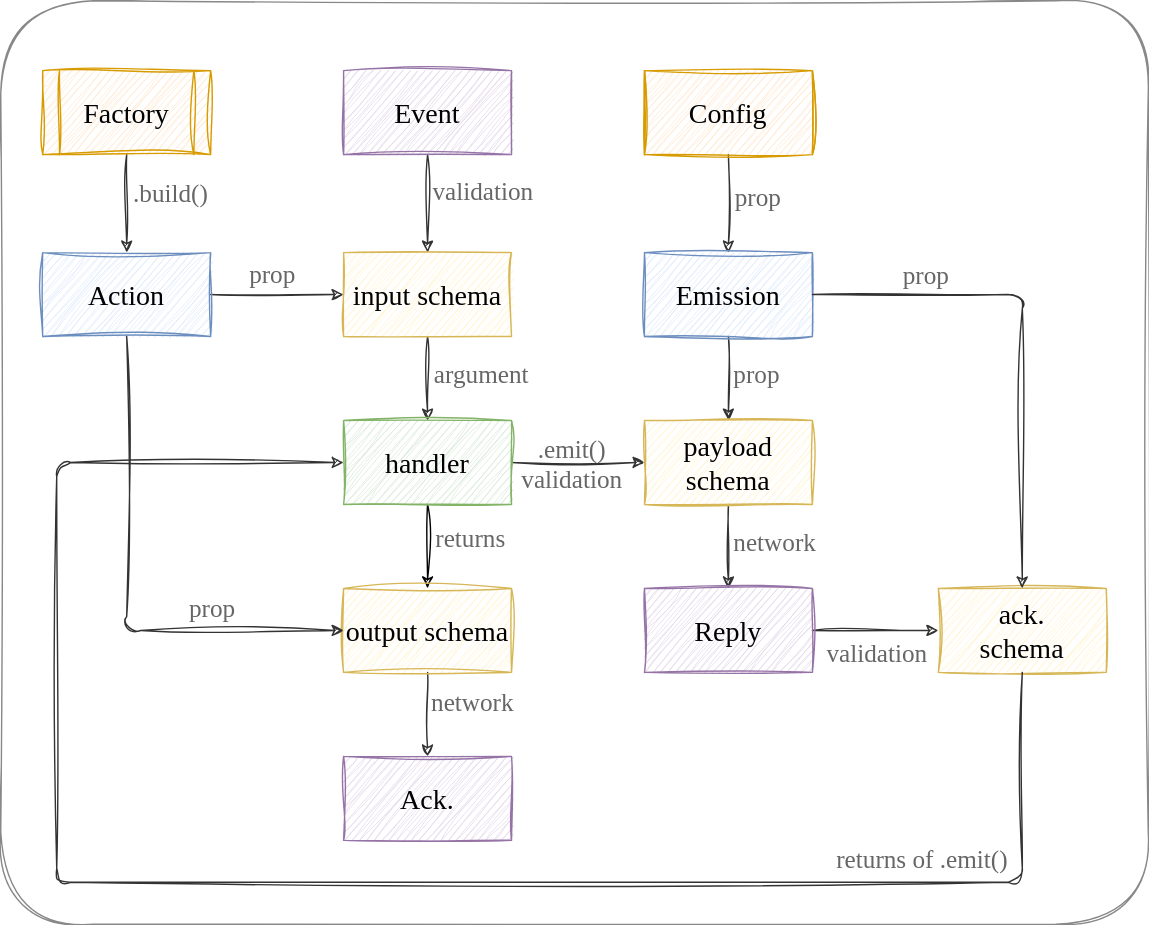
Above: flow.svg in RobinTail/zod-sockets (draw.io), before the change. Source tidied: cells renumbered, new cells last; positions are measured from the earlier drawing's top-left corner, leaving out a move shared by most shapes.
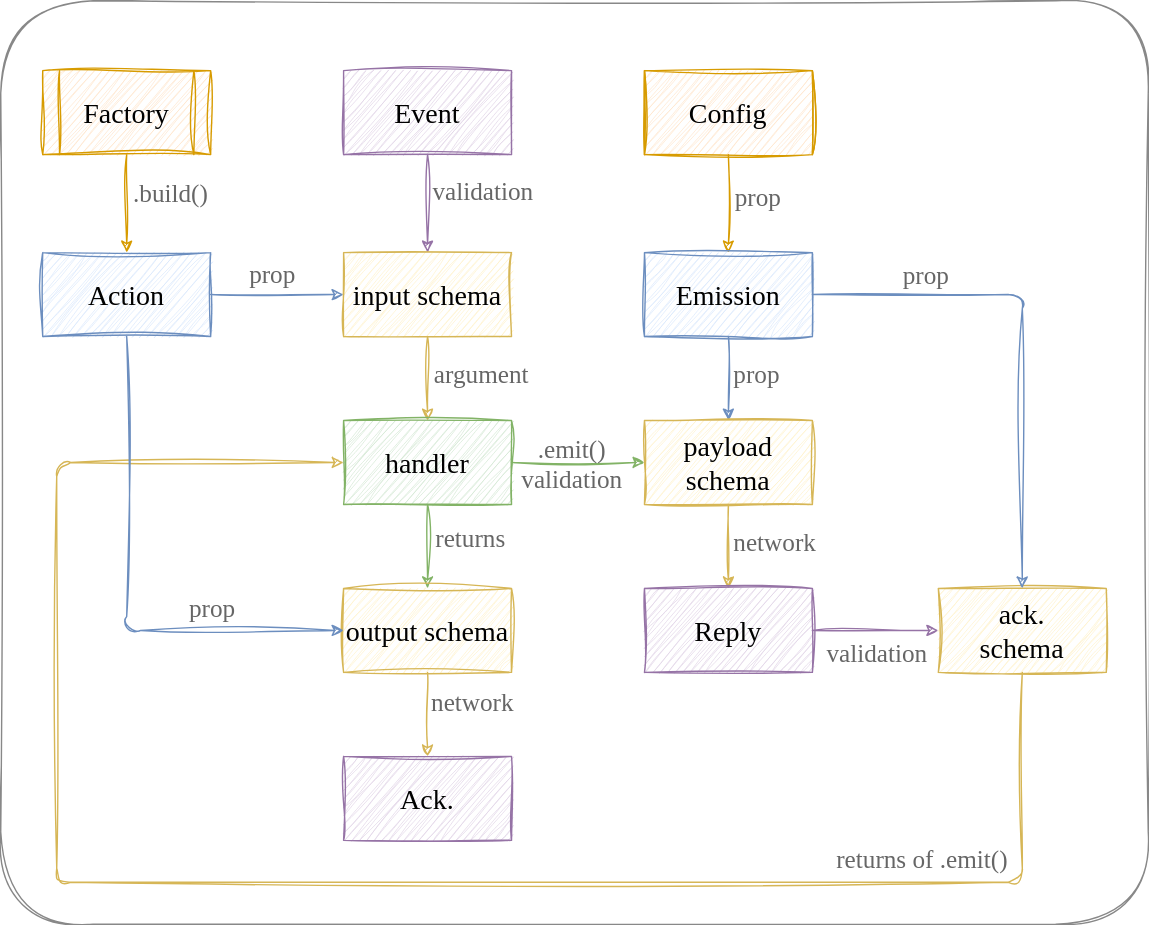
After the commit.

Commit message:
colorizing the flow lines

Diff of the diagram source:
```diff
@@ -5,7 +5,7 @@
     <mxCell id="2" style="rounded=1;whiteSpace=wrap;html=1;sketch=1;hachureGap=4;jiggle=2;curveFitting=1;fontFamily=Architects Daughter;fontSource=https%3A%2F%2Ffonts.googleapis.com%2Fcss%3Ffamily%3DArchitects%2BDaughter;fontSize=20;arcSize=10;strokeColor=#888888;" parent="1" vertex="1">
       <mxGeometry width="820" height="660" as="geometry" />
     </mxCell>
-    <mxCell id="3" style="edgeStyle=orthogonalEdgeStyle;rounded=0;sketch=1;hachureGap=4;jiggle=2;curveFitting=1;jettySize=auto;html=1;fontFamily=Architects Daughter;fontSource=https%3A%2F%2Ffonts.googleapis.com%2Fcss%3Ffamily%3DArchitects%2BDaughter;fontSize=16;strokeColor=#333333;" parent="1" edge="1" source="5" target="14">
+    <mxCell id="3" style="edgeStyle=orthogonalEdgeStyle;rounded=0;sketch=1;hachureGap=4;jiggle=2;curveFitting=1;jettySize=auto;html=1;fontFamily=Architects Daughter;fontSource=https%3A%2F%2Ffonts.googleapis.com%2Fcss%3Ffamily%3DArchitects%2BDaughter;fontSize=16;strokeColor=#9673a6;fillColor=#e1d5e7;" parent="1" edge="1" source="5" target="14">
       <mxGeometry relative="1" as="geometry" />
     </mxCell>
     <mxCell id="4" value="validation" style="edgeLabel;html=1;align=left;verticalAlign=middle;fontSize=18;fontFamily=Architects Daughter;labelBackgroundColor=none;spacingLeft=2;fontColor=#666666;" parent="3" vertex="1">
@@ -14,7 +14,7 @@
     <mxCell id="5" value="Event" style="rounded=0;whiteSpace=wrap;html=1;sketch=1;hachureGap=4;jiggle=2;curveFitting=1;fontFamily=Architects Daughter;fontSource=https%3A%2F%2Ffonts.googleapis.com%2Fcss%3Ffamily%3DArchitects%2BDaughter;fontSize=20;fillColor=#e1d5e7;strokeColor=#9673a6;" parent="1" vertex="1">
       <mxGeometry x="245" y="50" width="120" height="60" as="geometry" />
     </mxCell>
-    <mxCell id="6" style="edgeStyle=orthogonalEdgeStyle;rounded=0;sketch=1;hachureGap=4;jiggle=2;curveFitting=1;jettySize=auto;html=1;fontFamily=Architects Daughter;fontSource=https%3A%2F%2Ffonts.googleapis.com%2Fcss%3Ffamily%3DArchitects%2BDaughter;fontSize=16;strokeColor=#333333;" parent="1" edge="1" source="8" target="11">
+    <mxCell id="6" style="edgeStyle=orthogonalEdgeStyle;rounded=0;sketch=1;hachureGap=4;jiggle=2;curveFitting=1;jettySize=auto;html=1;fontFamily=Architects Daughter;fontSource=https%3A%2F%2Ffonts.googleapis.com%2Fcss%3Ffamily%3DArchitects%2BDaughter;fontSize=16;strokeColor=#d79b00;fillColor=#ffe6cc;" parent="1" edge="1" source="8" target="11">
       <mxGeometry relative="1" as="geometry" />
     </mxCell>
     <mxCell id="7" value=".build()" style="edgeLabel;html=1;align=left;verticalAlign=middle;fontSize=18;fontFamily=Architects Daughter;labelBackgroundColor=none;fontColor=#666666;" parent="6" vertex="1">
@@ -23,7 +23,7 @@
     <mxCell id="8" value="Factory" style="shape=process;whiteSpace=wrap;html=1;backgroundOutline=1;sketch=1;hachureGap=4;jiggle=2;curveFitting=1;fontFamily=Architects Daughter;fontSource=https%3A%2F%2Ffonts.googleapis.com%2Fcss%3Ffamily%3DArchitects%2BDaughter;fontSize=20;fillColor=#ffe6cc;strokeColor=#d79b00;" parent="1" vertex="1">
       <mxGeometry x="30" y="50" width="120" height="60" as="geometry" />
     </mxCell>
-    <mxCell id="9" style="edgeStyle=orthogonalEdgeStyle;rounded=0;sketch=1;hachureGap=4;jiggle=2;curveFitting=1;jettySize=auto;html=1;fontFamily=Architects Daughter;fontSource=https%3A%2F%2Ffonts.googleapis.com%2Fcss%3Ffamily%3DArchitects%2BDaughter;fontSize=16;strokeColor=#333333;" parent="1" edge="1" source="11" target="14">
+    <mxCell id="9" style="edgeStyle=orthogonalEdgeStyle;rounded=0;sketch=1;hachureGap=4;jiggle=2;curveFitting=1;jettySize=auto;html=1;fontFamily=Architects Daughter;fontSource=https%3A%2F%2Ffonts.googleapis.com%2Fcss%3Ffamily%3DArchitects%2BDaughter;fontSize=16;strokeColor=#6c8ebf;fillColor=#dae8fc;" parent="1" edge="1" source="11" target="14">
       <mxGeometry relative="1" as="geometry" />
     </mxCell>
     <mxCell id="10" value="prop" style="edgeLabel;html=1;align=center;verticalAlign=bottom;fontSize=18;fontFamily=Architects Daughter;labelBackgroundColor=none;fontColor=#666666;" parent="9" vertex="1">
@@ -32,7 +32,7 @@
     <mxCell id="11" value="Action" style="rounded=0;whiteSpace=wrap;html=1;sketch=1;hachureGap=4;jiggle=2;curveFitting=1;fontFamily=Architects Daughter;fontSource=https%3A%2F%2Ffonts.googleapis.com%2Fcss%3Ffamily%3DArchitects%2BDaughter;fontSize=20;fillColor=#dae8fc;strokeColor=#6c8ebf;" parent="1" vertex="1">
       <mxGeometry x="30" y="180" width="120" height="60" as="geometry" />
     </mxCell>
-    <mxCell id="12" style="edgeStyle=orthogonalEdgeStyle;rounded=0;sketch=1;hachureGap=4;jiggle=2;curveFitting=1;jettySize=auto;html=1;fontFamily=Architects Daughter;fontSource=https%3A%2F%2Ffonts.googleapis.com%2Fcss%3Ffamily%3DArchitects%2BDaughter;fontSize=16;strokeColor=#333333;" parent="1" edge="1" source="14" target="19">
+    <mxCell id="12" style="edgeStyle=orthogonalEdgeStyle;rounded=0;sketch=1;hachureGap=4;jiggle=2;curveFitting=1;jettySize=auto;html=1;fontFamily=Architects Daughter;fontSource=https%3A%2F%2Ffonts.googleapis.com%2Fcss%3Ffamily%3DArchitects%2BDaughter;fontSize=16;strokeColor=#d6b656;fillColor=#fff2cc;" parent="1" edge="1" source="14" target="19">
       <mxGeometry relative="1" as="geometry" />
     </mxCell>
     <mxCell id="13" value="argument" style="edgeLabel;html=1;align=left;verticalAlign=middle;fontSize=18;fontFamily=Architects Daughter;labelBackgroundColor=none;spacingRight=3;fontColor=#666666;spacingLeft=6;" parent="12" vertex="1">
@@ -41,13 +41,13 @@
     <mxCell id="14" value="input schema" style="rounded=0;whiteSpace=wrap;html=1;sketch=1;hachureGap=4;jiggle=2;curveFitting=1;fontFamily=Architects Daughter;fontSource=https%3A%2F%2Ffonts.googleapis.com%2Fcss%3Ffamily%3DArchitects%2BDaughter;fontSize=20;fillColor=#fff2cc;strokeColor=#d6b656;" parent="1" vertex="1">
       <mxGeometry x="245" y="180" width="120" height="60" as="geometry" />
     </mxCell>
-    <mxCell id="15" style="edgeStyle=orthogonalEdgeStyle;rounded=0;sketch=1;hachureGap=4;jiggle=2;curveFitting=1;jettySize=auto;html=1;fontFamily=Architects Daughter;fontSource=https%3A%2F%2Ffonts.googleapis.com%2Fcss%3Ffamily%3DArchitects%2BDaughter;fontSize=16;strokeColor=#333333;" parent="1" edge="1" source="19" target="32">
+    <mxCell id="15" style="edgeStyle=orthogonalEdgeStyle;rounded=0;sketch=1;hachureGap=4;jiggle=2;curveFitting=1;jettySize=auto;html=1;fontFamily=Architects Daughter;fontSource=https%3A%2F%2Ffonts.googleapis.com%2Fcss%3Ffamily%3DArchitects%2BDaughter;fontSize=16;strokeColor=#82b366;fillColor=#d5e8d4;" parent="1" edge="1" source="19" target="32">
       <mxGeometry relative="1" as="geometry" />
     </mxCell>
     <mxCell id="16" value=".emit()&lt;br&gt;validation" style="edgeLabel;html=1;align=center;verticalAlign=middle;fontSize=18;fontFamily=Architects Daughter;labelBackgroundColor=none;fontColor=#666666;" parent="15" vertex="1">
       <mxGeometry x="-0.11" y="-1" relative="1" as="geometry" />
     </mxCell>
-    <mxCell id="17" style="edgeStyle=orthogonalEdgeStyle;rounded=0;sketch=1;hachureGap=4;jiggle=2;curveFitting=1;jettySize=auto;html=1;fontFamily=Architects Daughter;fontSource=https%3A%2F%2Ffonts.googleapis.com%2Fcss%3Ffamily%3DArchitects%2BDaughter;fontSize=16;" parent="1" edge="1" source="19" target="22">
+    <mxCell id="17" style="edgeStyle=orthogonalEdgeStyle;rounded=0;sketch=1;hachureGap=4;jiggle=2;curveFitting=1;jettySize=auto;html=1;fontFamily=Architects Daughter;fontSource=https%3A%2F%2Ffonts.googleapis.com%2Fcss%3Ffamily%3DArchitects%2BDaughter;fontSize=16;fillColor=#d5e8d4;strokeColor=#82b366;" parent="1" edge="1" source="19" target="22">
       <mxGeometry relative="1" as="geometry" />
     </mxCell>
     <mxCell id="18" value="returns" style="edgeLabel;html=1;align=left;verticalAlign=middle;fontSize=18;fontFamily=Architects Daughter;spacingRight=3;fontColor=#666666;spacingLeft=2;" parent="17" vertex="1">
@@ -56,7 +56,7 @@
     <mxCell id="19" value="handler" style="rounded=0;whiteSpace=wrap;html=1;sketch=1;hachureGap=4;jiggle=2;curveFitting=1;fontFamily=Architects Daughter;fontSource=https%3A%2F%2Ffonts.googleapis.com%2Fcss%3Ffamily%3DArchitects%2BDaughter;fontSize=20;fillColor=#d5e8d4;strokeColor=#82b366;" parent="1" vertex="1">
       <mxGeometry x="245" y="300" width="120" height="60" as="geometry" />
     </mxCell>
-    <mxCell id="20" style="edgeStyle=orthogonalEdgeStyle;rounded=0;sketch=1;hachureGap=4;jiggle=2;curveFitting=1;jettySize=auto;html=1;fontFamily=Architects Daughter;fontSource=https%3A%2F%2Ffonts.googleapis.com%2Fcss%3Ffamily%3DArchitects%2BDaughter;fontSize=16;strokeColor=#333333;" parent="1" edge="1" source="22" target="23">
+    <mxCell id="20" style="edgeStyle=orthogonalEdgeStyle;rounded=0;sketch=1;hachureGap=4;jiggle=2;curveFitting=1;jettySize=auto;html=1;fontFamily=Architects Daughter;fontSource=https%3A%2F%2Ffonts.googleapis.com%2Fcss%3Ffamily%3DArchitects%2BDaughter;fontSize=16;strokeColor=#d6b656;fillColor=#fff2cc;" parent="1" edge="1" source="22" target="23">
       <mxGeometry relative="1" as="geometry" />
     </mxCell>
     <mxCell id="21" value="network" style="edgeLabel;html=1;align=left;verticalAlign=middle;fontSize=18;fontFamily=Architects Daughter;labelBackgroundColor=none;fontColor=#666666;" parent="20" vertex="1">
@@ -68,7 +68,7 @@
     <mxCell id="23" value="Ack." style="rounded=0;whiteSpace=wrap;html=1;sketch=1;hachureGap=4;jiggle=2;curveFitting=1;fontFamily=Architects Daughter;fontSource=https%3A%2F%2Ffonts.googleapis.com%2Fcss%3Ffamily%3DArchitects%2BDaughter;fontSize=20;fillColor=#e1d5e7;strokeColor=#9673a6;" parent="1" vertex="1">
       <mxGeometry x="245" y="540" width="120" height="60" as="geometry" />
     </mxCell>
-    <mxCell id="24" style="edgeStyle=orthogonalEdgeStyle;rounded=0;sketch=1;hachureGap=4;jiggle=2;curveFitting=1;jettySize=auto;html=1;fontFamily=Architects Daughter;fontSource=https%3A%2F%2Ffonts.googleapis.com%2Fcss%3Ffamily%3DArchitects%2BDaughter;fontSize=16;strokeColor=#333333;" parent="1" edge="1" source="26" target="29">
+    <mxCell id="24" style="edgeStyle=orthogonalEdgeStyle;rounded=0;sketch=1;hachureGap=4;jiggle=2;curveFitting=1;jettySize=auto;html=1;fontFamily=Architects Daughter;fontSource=https%3A%2F%2Ffonts.googleapis.com%2Fcss%3Ffamily%3DArchitects%2BDaughter;fontSize=16;strokeColor=#d79b00;fillColor=#ffe6cc;" parent="1" edge="1" source="26" target="29">
       <mxGeometry relative="1" as="geometry" />
     </mxCell>
     <mxCell id="25" value="prop" style="edgeLabel;html=1;align=left;verticalAlign=middle;fontSize=18;fontFamily=Architects Daughter;labelBackgroundColor=none;spacingLeft=3;fontColor=#666666;" parent="24" vertex="1">
@@ -79,7 +79,7 @@
     <mxCell id="26" value="Config" style="shape=process;whiteSpace=wrap;html=1;backgroundOutline=1;sketch=1;hachureGap=4;jiggle=2;curveFitting=1;fontFamily=Architects Daughter;fontSource=https%3A%2F%2Ffonts.googleapis.com%2Fcss%3Ffamily%3DArchitects%2BDaughter;fontSize=20;fillColor=#ffe6cc;strokeColor=#d79b00;size=0;" parent="1" vertex="1">
       <mxGeometry x="460" y="50" width="120" height="60" as="geometry" />
     </mxCell>
-    <mxCell id="27" style="edgeStyle=orthogonalEdgeStyle;rounded=0;sketch=1;hachureGap=4;jiggle=2;curveFitting=1;jettySize=auto;html=1;fontFamily=Architects Daughter;fontSource=https%3A%2F%2Ffonts.googleapis.com%2Fcss%3Ffamily%3DArchitects%2BDaughter;fontSize=16;strokeColor=#333333;" parent="1" edge="1" source="29" target="32">
+    <mxCell id="27" style="edgeStyle=orthogonalEdgeStyle;rounded=0;sketch=1;hachureGap=4;jiggle=2;curveFitting=1;jettySize=auto;html=1;fontFamily=Architects Daughter;fontSource=https%3A%2F%2Ffonts.googleapis.com%2Fcss%3Ffamily%3DArchitects%2BDaughter;fontSize=16;strokeColor=#6c8ebf;fillColor=#dae8fc;" parent="1" edge="1" source="29" target="32">
       <mxGeometry relative="1" as="geometry" />
     </mxCell>
     <mxCell id="28" value="prop" style="edgeLabel;html=1;align=left;verticalAlign=middle;fontSize=18;fontFamily=Architects Daughter;spacingRight=3;labelBackgroundColor=none;fontColor=#666666;spacingLeft=2;" parent="27" vertex="1">
@@ -88,7 +88,7 @@
     <mxCell id="29" value="Emission" style="rounded=0;whiteSpace=wrap;html=1;sketch=1;hachureGap=4;jiggle=2;curveFitting=1;fontFamily=Architects Daughter;fontSource=https%3A%2F%2Ffonts.googleapis.com%2Fcss%3Ffamily%3DArchitects%2BDaughter;fontSize=20;fillColor=#dae8fc;strokeColor=#6c8ebf;" parent="1" vertex="1">
       <mxGeometry x="460" y="180" width="120" height="60" as="geometry" />
     </mxCell>
-    <mxCell id="30" style="edgeStyle=orthogonalEdgeStyle;rounded=0;sketch=1;hachureGap=4;jiggle=2;curveFitting=1;jettySize=auto;html=1;fontFamily=Architects Daughter;fontSource=https%3A%2F%2Ffonts.googleapis.com%2Fcss%3Ffamily%3DArchitects%2BDaughter;fontSize=16;strokeColor=#333333;" parent="1" edge="1" source="32" target="42">
+    <mxCell id="30" style="edgeStyle=orthogonalEdgeStyle;rounded=0;sketch=1;hachureGap=4;jiggle=2;curveFitting=1;jettySize=auto;html=1;fontFamily=Architects Daughter;fontSource=https%3A%2F%2Ffonts.googleapis.com%2Fcss%3Ffamily%3DArchitects%2BDaughter;fontSize=16;strokeColor=#d6b656;fillColor=#fff2cc;" parent="1" edge="1" source="32" target="42">
       <mxGeometry relative="1" as="geometry" />
     </mxCell>
     <mxCell id="31" value="network" style="edgeLabel;html=1;align=left;verticalAlign=middle;fontSize=18;fontFamily=Architects Daughter;labelBackgroundColor=none;fontColor=#666666;spacingLeft=2;" parent="30" vertex="1">
@@ -100,7 +100,7 @@
     <mxCell id="33" value="ack.&lt;br&gt;schema" style="rounded=0;whiteSpace=wrap;html=1;sketch=1;hachureGap=4;jiggle=2;curveFitting=1;fontFamily=Architects Daughter;fontSource=https%3A%2F%2Ffonts.googleapis.com%2Fcss%3Ffamily%3DArchitects%2BDaughter;fontSize=20;fillColor=#fff2cc;strokeColor=#d6b656;" parent="1" vertex="1">
       <mxGeometry x="670" y="420" width="120" height="60" as="geometry" />
     </mxCell>
-    <mxCell id="34" style="edgeStyle=orthogonalEdgeStyle;rounded=1;sketch=1;hachureGap=4;jiggle=2;curveFitting=1;jettySize=auto;html=1;fontFamily=Architects Daughter;fontSource=https%3A%2F%2Ffonts.googleapis.com%2Fcss%3Ffamily%3DArchitects%2BDaughter;fontSize=16;exitX=0.5;exitY=1;exitDx=0;exitDy=0;entryX=0;entryY=0.5;entryDx=0;entryDy=0;curved=0;strokeColor=#333333;" parent="1" edge="1" source="33" target="19">
+    <mxCell id="34" style="edgeStyle=orthogonalEdgeStyle;rounded=1;sketch=1;hachureGap=4;jiggle=2;curveFitting=1;jettySize=auto;html=1;fontFamily=Architects Daughter;fontSource=https%3A%2F%2Ffonts.googleapis.com%2Fcss%3Ffamily%3DArchitects%2BDaughter;fontSize=16;exitX=0.5;exitY=1;exitDx=0;exitDy=0;entryX=0;entryY=0.5;entryDx=0;entryDy=0;curved=0;strokeColor=#d6b656;fillColor=#fff2cc;" parent="1" edge="1" source="33" target="19">
       <mxGeometry relative="1" as="geometry">
         <Array as="points">
           <mxPoint x="730" y="630" />
@@ -114,7 +114,7 @@
         <mxPoint x="165" as="offset" />
       </mxGeometry>
     </mxCell>
-    <mxCell id="36" style="edgeStyle=orthogonalEdgeStyle;rounded=1;sketch=1;hachureGap=4;jiggle=2;curveFitting=1;jettySize=auto;html=1;fontFamily=Architects Daughter;fontSource=https%3A%2F%2Ffonts.googleapis.com%2Fcss%3Ffamily%3DArchitects%2BDaughter;fontSize=16;exitX=0.5;exitY=1;exitDx=0;exitDy=0;entryX=0;entryY=0.5;entryDx=0;entryDy=0;noJump=0;curved=0;strokeColor=#333333;" parent="1" edge="1" source="11" target="22">
+    <mxCell id="36" style="edgeStyle=orthogonalEdgeStyle;rounded=1;sketch=1;hachureGap=4;jiggle=2;curveFitting=1;jettySize=auto;html=1;fontFamily=Architects Daughter;fontSource=https%3A%2F%2Ffonts.googleapis.com%2Fcss%3Ffamily%3DArchitects%2BDaughter;fontSize=16;exitX=0.5;exitY=1;exitDx=0;exitDy=0;entryX=0;entryY=0.5;entryDx=0;entryDy=0;noJump=0;curved=0;strokeColor=#6c8ebf;fillColor=#dae8fc;" parent="1" edge="1" source="11" target="22">
       <mxGeometry relative="1" as="geometry" />
     </mxCell>
     <mxCell id="37" value="prop" style="edgeLabel;html=1;align=center;verticalAlign=bottom;fontSize=18;fontFamily=Architects Daughter;labelBackgroundColor=none;fontColor=#666666;spacingBottom=2;" parent="36" vertex="1">
@@ -122,7 +122,7 @@
         <mxPoint x="-36" as="offset" />
       </mxGeometry>
     </mxCell>
-    <mxCell id="38" style="edgeStyle=orthogonalEdgeStyle;rounded=1;sketch=1;hachureGap=4;jiggle=2;curveFitting=1;jettySize=auto;html=1;fontFamily=Architects Daughter;fontSource=https%3A%2F%2Ffonts.googleapis.com%2Fcss%3Ffamily%3DArchitects%2BDaughter;fontSize=16;exitX=1;exitY=0.5;exitDx=0;exitDy=0;entryX=0.5;entryY=0;entryDx=0;entryDy=0;curved=0;strokeColor=#333333;" parent="1" edge="1" source="29" target="33">
+    <mxCell id="38" style="edgeStyle=orthogonalEdgeStyle;rounded=1;sketch=1;hachureGap=4;jiggle=2;curveFitting=1;jettySize=auto;html=1;fontFamily=Architects Daughter;fontSource=https%3A%2F%2Ffonts.googleapis.com%2Fcss%3Ffamily%3DArchitects%2BDaughter;fontSize=16;exitX=1;exitY=0.5;exitDx=0;exitDy=0;entryX=0.5;entryY=0;entryDx=0;entryDy=0;curved=0;strokeColor=#6c8ebf;fillColor=#dae8fc;" parent="1" edge="1" source="29" target="33">
       <mxGeometry relative="1" as="geometry" />
     </mxCell>
     <mxCell id="39" value="prop" style="edgeLabel;html=1;align=center;verticalAlign=bottom;fontSize=18;fontFamily=Architects Daughter;spacingRight=0;labelBackgroundColor=none;spacing=2;fontColor=#666666;" parent="38" vertex="1">
@@ -130,7 +130,7 @@
         <mxPoint x="-70" y="-10" as="offset" />
       </mxGeometry>
     </mxCell>
-    <mxCell id="40" style="edgeStyle=orthogonalEdgeStyle;rounded=0;sketch=1;hachureGap=4;jiggle=2;curveFitting=1;jettySize=auto;html=1;fontFamily=Architects Daughter;fontSource=https%3A%2F%2Ffonts.googleapis.com%2Fcss%3Ffamily%3DArchitects%2BDaughter;fontSize=16;strokeColor=#333333;" parent="1" edge="1" source="42" target="33">
+    <mxCell id="40" style="edgeStyle=orthogonalEdgeStyle;rounded=0;sketch=1;hachureGap=4;jiggle=2;curveFitting=1;jettySize=auto;html=1;fontFamily=Architects Daughter;fontSource=https%3A%2F%2Ffonts.googleapis.com%2Fcss%3Ffamily%3DArchitects%2BDaughter;fontSize=16;strokeColor=#9673a6;fillColor=#e1d5e7;" parent="1" edge="1" source="42" target="33">
       <mxGeometry relative="1" as="geometry" />
     </mxCell>
     <mxCell id="41" value="validation" style="edgeLabel;html=1;align=center;verticalAlign=top;fontSize=18;fontFamily=Architects Daughter;spacingRight=9;fontColor=#666666;" parent="40" vertex="1">
```
